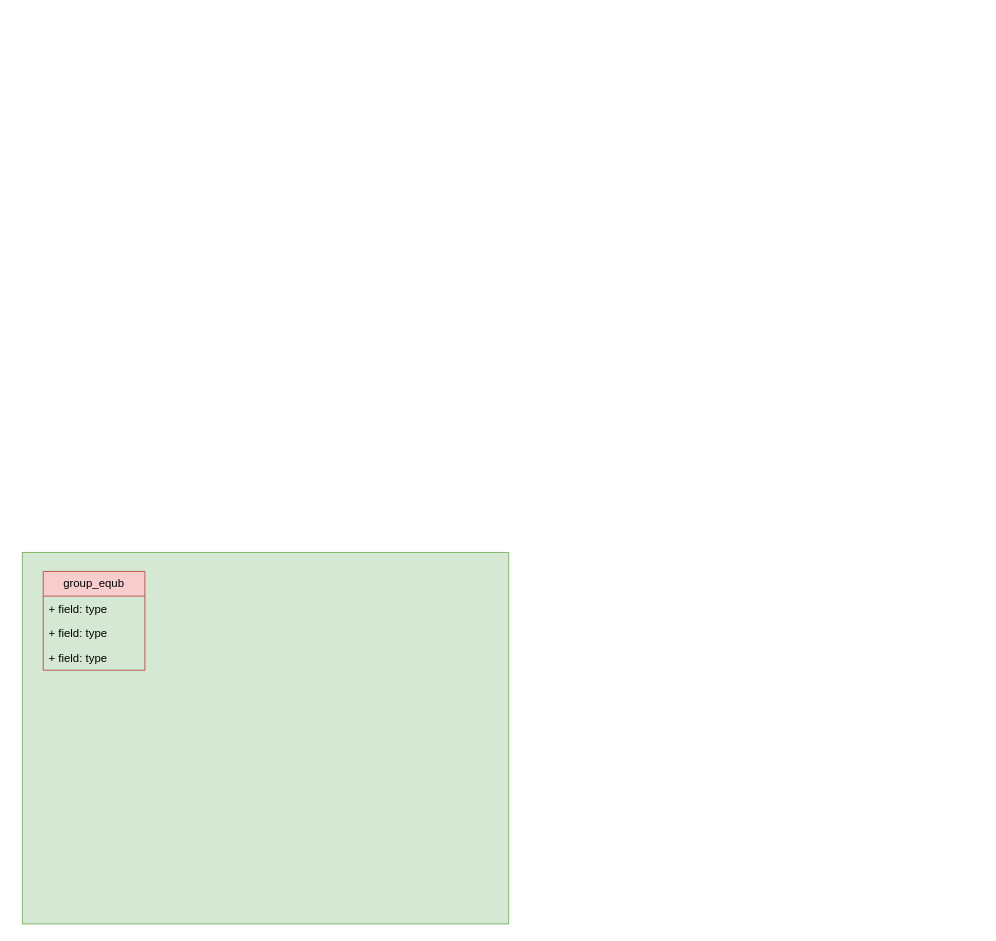
Before: Untitled Diagram.drawio in fasil712/UML_Diagram_Design, a draw.io diagram. Source tidied: cells renumbered, new cells numbered last; positions are measured from the earlier drawing's top-left corner, leaving out a move shared by most shapes. Both pictures are drawn from the tidied source at 95%, with x=0, y=0 at pixel (22, 552).
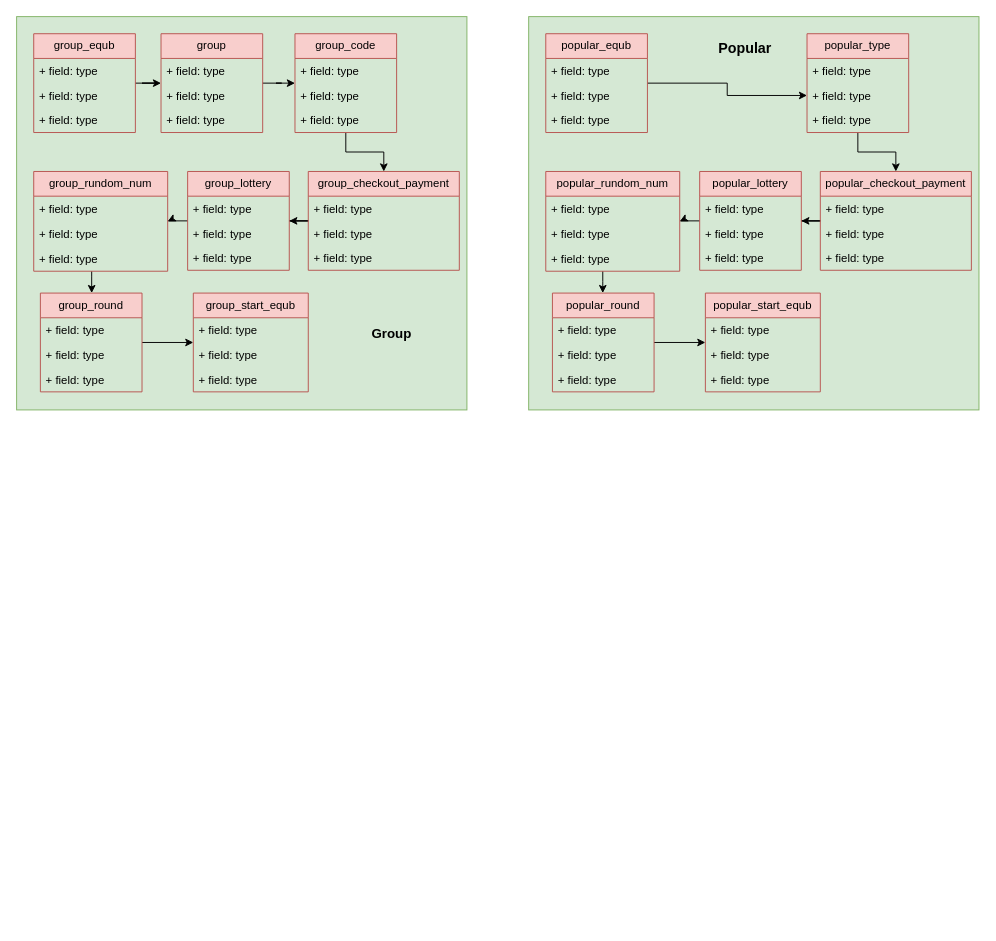
The same diagram, later.

The edit, as a diff of the source:
```diff
@@
     <mxCell id="2" style="rounded=0;whiteSpace=wrap;html=1;fillColor=#d5e8d4;strokeColor=#82b366;" parent="1" vertex="1">
-      <mxGeometry width="512" height="391" as="geometry" />
+      <mxGeometry x="-6" y="-564" width="474" height="414" as="geometry" />
     </mxCell>
+    <mxCell id="7" style="edgeStyle=orthogonalEdgeStyle;rounded=0;jettySize=auto;html=1;" parent="1" edge="1" source="3" target="9">
+      <mxGeometry relative="1" as="geometry" />
+    </mxCell>
     <mxCell id="3" value="group_equb" style="swimlane;fontStyle=0;horizontal=1;startSize=26;fillColor=#f8cecc;whiteSpace=wrap;html=1;strokeColor=#b85450;" parent="1" vertex="1">
-      <mxGeometry x="22" y="20" width="107" height="104" as="geometry" />
+      <mxGeometry x="12" y="-546" width="107" height="104" as="geometry" />
     </mxCell>
@@
+    <mxCell id="8" style="edgeStyle=orthogonalEdgeStyle;rounded=0;jettySize=auto;html=1;" parent="1" edge="1" source="9" target="14">
+      <mxGeometry relative="1" as="geometry" />
+    </mxCell>
+    <mxCell id="9" value="group" style="swimlane;fontStyle=0;horizontal=1;startSize=26;fillColor=#f8cecc;whiteSpace=wrap;html=1;strokeColor=#b85450;" parent="1" vertex="1">
+      <mxGeometry x="146" y="-546" width="107" height="104" as="geometry" />
+    </mxCell>
+    <mxCell id="10" value="+ field: type" style="text;strokeColor=none;fillColor=none;align=left;verticalAlign=top;spacingLeft=4;spacingRight=4;overflow=hidden;whiteSpace=wrap;html=1;" parent="9" vertex="1">
+      <mxGeometry y="26" width="107" height="26" as="geometry" />
+    </mxCell>
+    <mxCell id="11" value="+ field: type" style="text;strokeColor=none;fillColor=none;align=left;verticalAlign=top;spacingLeft=4;spacingRight=4;overflow=hidden;whiteSpace=wrap;html=1;" parent="9" vertex="1">
+      <mxGeometry y="52" width="107" height="26" as="geometry" />
+    </mxCell>
+    <mxCell id="12" value="+ field: type" style="text;strokeColor=none;fillColor=none;align=left;verticalAlign=top;spacingLeft=4;spacingRight=4;overflow=hidden;whiteSpace=wrap;html=1;" parent="9" vertex="1">
+      <mxGeometry y="78" width="107" height="26" as="geometry" />
+    </mxCell>
+    <mxCell id="13" style="edgeStyle=orthogonalEdgeStyle;rounded=0;jettySize=auto;html=1;" parent="1" edge="1" source="14" target="19">
+      <mxGeometry relative="1" as="geometry" />
+    </mxCell>
+    <mxCell id="14" value="group_code" style="swimlane;fontStyle=0;horizontal=1;startSize=26;fillColor=#f8cecc;whiteSpace=wrap;html=1;strokeColor=#b85450;" parent="1" vertex="1">
+      <mxGeometry x="287" y="-546" width="107" height="104" as="geometry" />
+    </mxCell>
+    <mxCell id="15" value="+ field: type" style="text;strokeColor=none;fillColor=none;align=left;verticalAlign=top;spacingLeft=4;spacingRight=4;overflow=hidden;whiteSpace=wrap;html=1;" parent="14" vertex="1">
+      <mxGeometry y="26" width="107" height="26" as="geometry" />
+    </mxCell>
+    <mxCell id="16" value="+ field: type" style="text;strokeColor=none;fillColor=none;align=left;verticalAlign=top;spacingLeft=4;spacingRight=4;overflow=hidden;whiteSpace=wrap;html=1;" parent="14" vertex="1">
+      <mxGeometry y="52" width="107" height="26" as="geometry" />
+    </mxCell>
+    <mxCell id="17" value="+ field: type" style="text;strokeColor=none;fillColor=none;align=left;verticalAlign=top;spacingLeft=4;spacingRight=4;overflow=hidden;whiteSpace=wrap;html=1;" parent="14" vertex="1">
+      <mxGeometry y="78" width="107" height="26" as="geometry" />
+    </mxCell>
+    <mxCell id="18" style="edgeStyle=orthogonalEdgeStyle;rounded=0;jettySize=auto;html=1;" parent="1" edge="1" source="19" target="24">
+      <mxGeometry relative="1" as="geometry" />
+    </mxCell>
+    <mxCell id="19" value="group_checkout_payment" style="swimlane;fontStyle=0;horizontal=1;startSize=26;fillColor=#f8cecc;whiteSpace=wrap;html=1;strokeColor=#b85450;" parent="1" vertex="1">
+      <mxGeometry x="301" y="-401" width="159" height="104" as="geometry" />
+    </mxCell>
+    <mxCell id="20" value="+ field: type" style="text;strokeColor=none;fillColor=none;align=left;verticalAlign=top;spacingLeft=4;spacingRight=4;overflow=hidden;whiteSpace=wrap;html=1;" parent="19" vertex="1">
+      <mxGeometry y="26" width="159" height="26" as="geometry" />
+    </mxCell>
+    <mxCell id="21" value="+ field: type" style="text;strokeColor=none;fillColor=none;align=left;verticalAlign=top;spacingLeft=4;spacingRight=4;overflow=hidden;whiteSpace=wrap;html=1;" parent="19" vertex="1">
+      <mxGeometry y="52" width="159" height="26" as="geometry" />
+    </mxCell>
+    <mxCell id="22" value="+ field: type" style="text;strokeColor=none;fillColor=none;align=left;verticalAlign=top;spacingLeft=4;spacingRight=4;overflow=hidden;whiteSpace=wrap;html=1;" parent="19" vertex="1">
+      <mxGeometry y="78" width="159" height="26" as="geometry" />
+    </mxCell>
+    <mxCell id="23" style="edgeStyle=orthogonalEdgeStyle;rounded=0;jettySize=auto;html=1;" parent="1" edge="1" source="24" target="29">
+      <mxGeometry relative="1" as="geometry" />
+    </mxCell>
+    <mxCell id="24" value="group_lottery" style="swimlane;fontStyle=0;horizontal=1;startSize=26;fillColor=#f8cecc;whiteSpace=wrap;html=1;strokeColor=#b85450;" parent="1" vertex="1">
+      <mxGeometry x="174" y="-401" width="107" height="104" as="geometry" />
+    </mxCell>
+    <mxCell id="25" value="+ field: type" style="text;strokeColor=none;fillColor=none;align=left;verticalAlign=top;spacingLeft=4;spacingRight=4;overflow=hidden;whiteSpace=wrap;html=1;" parent="24" vertex="1">
+      <mxGeometry y="26" width="107" height="26" as="geometry" />
+    </mxCell>
+    <mxCell id="26" value="+ field: type" style="text;strokeColor=none;fillColor=none;align=left;verticalAlign=top;spacingLeft=4;spacingRight=4;overflow=hidden;whiteSpace=wrap;html=1;" parent="24" vertex="1">
+      <mxGeometry y="52" width="107" height="26" as="geometry" />
+    </mxCell>
+    <mxCell id="27" value="+ field: type" style="text;strokeColor=none;fillColor=none;align=left;verticalAlign=top;spacingLeft=4;spacingRight=4;overflow=hidden;whiteSpace=wrap;html=1;" parent="24" vertex="1">
+      <mxGeometry y="78" width="107" height="26" as="geometry" />
+    </mxCell>
+    <mxCell id="28" style="edgeStyle=orthogonalEdgeStyle;rounded=0;jettySize=auto;html=1;" parent="1" edge="1" source="29" target="34">
+      <mxGeometry relative="1" as="geometry">
+        <Array as="points">
+          <mxPoint x="73" y="-290" />
+          <mxPoint x="73" y="-290" />
+        </Array>
+      </mxGeometry>
+    </mxCell>
+    <mxCell id="29" value="group_rundom_num" style="swimlane;fontStyle=0;horizontal=1;startSize=26;fillColor=#f8cecc;whiteSpace=wrap;html=1;strokeColor=#b85450;" parent="1" vertex="1">
+      <mxGeometry x="12" y="-401" width="141" height="105" as="geometry" />
+    </mxCell>
+    <mxCell id="30" value="+ field: type" style="text;strokeColor=none;fillColor=none;align=left;verticalAlign=top;spacingLeft=4;spacingRight=4;overflow=hidden;whiteSpace=wrap;html=1;" parent="29" vertex="1">
+      <mxGeometry y="26" width="141" height="26" as="geometry" />
+    </mxCell>
+    <mxCell id="31" value="+ field: type" style="text;strokeColor=none;fillColor=none;align=left;verticalAlign=top;spacingLeft=4;spacingRight=4;overflow=hidden;whiteSpace=wrap;html=1;" parent="29" vertex="1">
+      <mxGeometry y="52" width="141" height="27" as="geometry" />
+    </mxCell>
+    <mxCell id="32" value="+ field: type" style="text;strokeColor=none;fillColor=none;align=left;verticalAlign=top;spacingLeft=4;spacingRight=4;overflow=hidden;whiteSpace=wrap;html=1;" parent="29" vertex="1">
+      <mxGeometry y="79" width="141" height="26" as="geometry" />
+    </mxCell>
+    <mxCell id="33" style="edgeStyle=orthogonalEdgeStyle;rounded=0;jettySize=auto;html=1;" parent="1" edge="1" source="34" target="38">
+      <mxGeometry relative="1" as="geometry" />
+    </mxCell>
+    <mxCell id="34" value="group_round" style="swimlane;fontStyle=0;horizontal=1;startSize=26;fillColor=#f8cecc;whiteSpace=wrap;html=1;strokeColor=#b85450;" parent="1" vertex="1">
+      <mxGeometry x="19" y="-273" width="107" height="104" as="geometry" />
+    </mxCell>
+    <mxCell id="35" value="+ field: type" style="text;strokeColor=none;fillColor=none;align=left;verticalAlign=top;spacingLeft=4;spacingRight=4;overflow=hidden;whiteSpace=wrap;html=1;" parent="34" vertex="1">
+      <mxGeometry y="26" width="107" height="26" as="geometry" />
+    </mxCell>
+    <mxCell id="36" value="+ field: type" style="text;strokeColor=none;fillColor=none;align=left;verticalAlign=top;spacingLeft=4;spacingRight=4;overflow=hidden;whiteSpace=wrap;html=1;" parent="34" vertex="1">
+      <mxGeometry y="52" width="107" height="26" as="geometry" />
+    </mxCell>
+    <mxCell id="37" value="+ field: type" style="text;strokeColor=none;fillColor=none;align=left;verticalAlign=top;spacingLeft=4;spacingRight=4;overflow=hidden;whiteSpace=wrap;html=1;" parent="34" vertex="1">
+      <mxGeometry y="78" width="107" height="26" as="geometry" />
+    </mxCell>
+    <mxCell id="38" value="group_start_equb" style="swimlane;fontStyle=0;horizontal=1;startSize=26;fillColor=#f8cecc;whiteSpace=wrap;html=1;strokeColor=#b85450;" parent="1" vertex="1">
+      <mxGeometry x="180" y="-273" width="121" height="104" as="geometry" />
+    </mxCell>
+    <mxCell id="39" value="+ field: type" style="text;strokeColor=none;fillColor=none;align=left;verticalAlign=top;spacingLeft=4;spacingRight=4;overflow=hidden;whiteSpace=wrap;html=1;" parent="38" vertex="1">
+      <mxGeometry y="26" width="121" height="26" as="geometry" />
+    </mxCell>
+    <mxCell id="40" value="+ field: type" style="text;strokeColor=none;fillColor=none;align=left;verticalAlign=top;spacingLeft=4;spacingRight=4;overflow=hidden;whiteSpace=wrap;html=1;" parent="38" vertex="1">
+      <mxGeometry y="52" width="121" height="26" as="geometry" />
+    </mxCell>
+    <mxCell id="41" value="+ field: type" style="text;strokeColor=none;fillColor=none;align=left;verticalAlign=top;spacingLeft=4;spacingRight=4;overflow=hidden;whiteSpace=wrap;html=1;" parent="38" vertex="1">
+      <mxGeometry y="78" width="121" height="26" as="geometry" />
+    </mxCell>
+    <mxCell id="42" style="rounded=0;whiteSpace=wrap;html=1;fillColor=#d5e8d4;strokeColor=#82b366;" parent="1" vertex="1">
+      <mxGeometry x="533" y="-564" width="474" height="414" as="geometry" />
+    </mxCell>
+    <mxCell id="43" style="edgeStyle=orthogonalEdgeStyle;rounded=0;jettySize=auto;html=1;entryX=0;entryY=0.5;entryDx=0;entryDy=0;" parent="1" edge="1" source="44" target="51">
+      <mxGeometry relative="1" as="geometry" />
+    </mxCell>
+    <mxCell id="44" value="popular_equb" style="swimlane;fontStyle=0;horizontal=1;startSize=26;fillColor=#f8cecc;whiteSpace=wrap;html=1;strokeColor=#b85450;" parent="1" vertex="1">
+      <mxGeometry x="551" y="-546" width="107" height="104" as="geometry" />
+    </mxCell>
+    <mxCell id="45" value="+ field: type" style="text;strokeColor=none;fillColor=none;align=left;verticalAlign=top;spacingLeft=4;spacingRight=4;overflow=hidden;whiteSpace=wrap;html=1;" parent="44" vertex="1">
+      <mxGeometry y="26" width="107" height="26" as="geometry" />
+    </mxCell>
+    <mxCell id="46" value="+ field: type" style="text;strokeColor=none;fillColor=none;align=left;verticalAlign=top;spacingLeft=4;spacingRight=4;overflow=hidden;whiteSpace=wrap;html=1;" parent="44" vertex="1">
+      <mxGeometry y="52" width="107" height="26" as="geometry" />
+    </mxCell>
+    <mxCell id="47" value="+ field: type" style="text;strokeColor=none;fillColor=none;align=left;verticalAlign=top;spacingLeft=4;spacingRight=4;overflow=hidden;whiteSpace=wrap;html=1;" parent="44" vertex="1">
+      <mxGeometry y="78" width="107" height="26" as="geometry" />
+    </mxCell>
+    <mxCell id="48" style="edgeStyle=orthogonalEdgeStyle;rounded=0;jettySize=auto;html=1;" parent="1" edge="1" source="49" target="54">
+      <mxGeometry relative="1" as="geometry" />
+    </mxCell>
+    <mxCell id="49" value="popular_type" style="swimlane;fontStyle=0;horizontal=1;startSize=26;fillColor=#f8cecc;whiteSpace=wrap;html=1;strokeColor=#b85450;" parent="1" vertex="1">
+      <mxGeometry x="826" y="-546" width="107" height="104" as="geometry" />
+    </mxCell>
+    <mxCell id="50" value="+ field: type" style="text;strokeColor=none;fillColor=none;align=left;verticalAlign=top;spacingLeft=4;spacingRight=4;overflow=hidden;whiteSpace=wrap;html=1;" parent="49" vertex="1">
+      <mxGeometry y="26" width="107" height="26" as="geometry" />
+    </mxCell>
+    <mxCell id="51" value="+ field: type" style="text;strokeColor=none;fillColor=none;align=left;verticalAlign=top;spacingLeft=4;spacingRight=4;overflow=hidden;points=[[0,0.5],[1,0.5]];portConstraint=eastwest;whiteSpace=wrap;html=1;" parent="49" vertex="1">
+      <mxGeometry y="52" width="107" height="26" as="geometry" />
+    </mxCell>
+    <mxCell id="52" value="+ field: type" style="text;strokeColor=none;fillColor=none;align=left;verticalAlign=top;spacingLeft=4;spacingRight=4;overflow=hidden;whiteSpace=wrap;html=1;" parent="49" vertex="1">
+      <mxGeometry y="78" width="107" height="26" as="geometry" />
+    </mxCell>
+    <mxCell id="53" style="edgeStyle=orthogonalEdgeStyle;rounded=0;jettySize=auto;html=1;" parent="1" edge="1" source="54" target="59">
+      <mxGeometry relative="1" as="geometry" />
+    </mxCell>
+    <mxCell id="54" value="popular_checkout_payment" style="swimlane;fontStyle=0;horizontal=1;startSize=26;fillColor=#f8cecc;whiteSpace=wrap;html=1;strokeColor=#b85450;" parent="1" vertex="1">
+      <mxGeometry x="840" y="-401" width="159" height="104" as="geometry" />
+    </mxCell>
+    <mxCell id="55" value="+ field: type" style="text;strokeColor=none;fillColor=none;align=left;verticalAlign=top;spacingLeft=4;spacingRight=4;overflow=hidden;whiteSpace=wrap;html=1;" parent="54" vertex="1">
+      <mxGeometry y="26" width="159" height="26" as="geometry" />
+    </mxCell>
+    <mxCell id="56" value="+ field: type" style="text;strokeColor=none;fillColor=none;align=left;verticalAlign=top;spacingLeft=4;spacingRight=4;overflow=hidden;whiteSpace=wrap;html=1;" parent="54" vertex="1">
+      <mxGeometry y="52" width="159" height="26" as="geometry" />
+    </mxCell>
+    <mxCell id="57" value="+ field: type" style="text;strokeColor=none;fillColor=none;align=left;verticalAlign=top;spacingLeft=4;spacingRight=4;overflow=hidden;whiteSpace=wrap;html=1;" parent="54" vertex="1">
+      <mxGeometry y="78" width="159" height="26" as="geometry" />
+    </mxCell>
+    <mxCell id="58" style="edgeStyle=orthogonalEdgeStyle;rounded=0;jettySize=auto;html=1;" parent="1" edge="1" source="59" target="64">
+      <mxGeometry relative="1" as="geometry" />
+    </mxCell>
+    <mxCell id="59" value="popular_lottery" style="swimlane;fontStyle=0;horizontal=1;startSize=26;fillColor=#f8cecc;whiteSpace=wrap;html=1;strokeColor=#b85450;" parent="1" vertex="1">
+      <mxGeometry x="713" y="-401" width="107" height="104" as="geometry" />
+    </mxCell>
+    <mxCell id="60" value="+ field: type" style="text;strokeColor=none;fillColor=none;align=left;verticalAlign=top;spacingLeft=4;spacingRight=4;overflow=hidden;whiteSpace=wrap;html=1;" parent="59" vertex="1">
+      <mxGeometry y="26" width="107" height="26" as="geometry" />
+    </mxCell>
+    <mxCell id="61" value="+ field: type" style="text;strokeColor=none;fillColor=none;align=left;verticalAlign=top;spacingLeft=4;spacingRight=4;overflow=hidden;whiteSpace=wrap;html=1;" parent="59" vertex="1">
+      <mxGeometry y="52" width="107" height="26" as="geometry" />
+    </mxCell>
+    <mxCell id="62" value="+ field: type" style="text;strokeColor=none;fillColor=none;align=left;verticalAlign=top;spacingLeft=4;spacingRight=4;overflow=hidden;whiteSpace=wrap;html=1;" parent="59" vertex="1">
+      <mxGeometry y="78" width="107" height="26" as="geometry" />
+    </mxCell>
+    <mxCell id="63" style="edgeStyle=orthogonalEdgeStyle;rounded=0;jettySize=auto;html=1;" parent="1" edge="1" source="64" target="69">
+      <mxGeometry relative="1" as="geometry">
+        <Array as="points">
+          <mxPoint x="611" y="-285" />
+          <mxPoint x="611" y="-285" />
+        </Array>
+      </mxGeometry>
+    </mxCell>
+    <mxCell id="64" value="popular_rundom_num" style="swimlane;fontStyle=0;horizontal=1;startSize=26;fillColor=#f8cecc;whiteSpace=wrap;html=1;strokeColor=#b85450;" parent="1" vertex="1">
+      <mxGeometry x="551" y="-401" width="141" height="105" as="geometry" />
+    </mxCell>
+    <mxCell id="65" value="+ field: type" style="text;strokeColor=none;fillColor=none;align=left;verticalAlign=top;spacingLeft=4;spacingRight=4;overflow=hidden;whiteSpace=wrap;html=1;" parent="64" vertex="1">
+      <mxGeometry y="26" width="141" height="26" as="geometry" />
+    </mxCell>
+    <mxCell id="66" value="+ field: type" style="text;strokeColor=none;fillColor=none;align=left;verticalAlign=top;spacingLeft=4;spacingRight=4;overflow=hidden;whiteSpace=wrap;html=1;" parent="64" vertex="1">
+      <mxGeometry y="52" width="141" height="27" as="geometry" />
+    </mxCell>
+    <mxCell id="67" value="+ field: type" style="text;strokeColor=none;fillColor=none;align=left;verticalAlign=top;spacingLeft=4;spacingRight=4;overflow=hidden;whiteSpace=wrap;html=1;" parent="64" vertex="1">
+      <mxGeometry y="79" width="141" height="26" as="geometry" />
+    </mxCell>
+    <mxCell id="68" style="edgeStyle=orthogonalEdgeStyle;rounded=0;jettySize=auto;html=1;" parent="1" edge="1" source="69" target="73">
+      <mxGeometry relative="1" as="geometry" />
+    </mxCell>
+    <mxCell id="69" value="popular_round" style="swimlane;fontStyle=0;horizontal=1;startSize=26;fillColor=#f8cecc;whiteSpace=wrap;html=1;strokeColor=#b85450;" parent="1" vertex="1">
+      <mxGeometry x="558" y="-273" width="107" height="104" as="geometry" />
+    </mxCell>
+    <mxCell id="70" value="+ field: type" style="text;strokeColor=none;fillColor=none;align=left;verticalAlign=top;spacingLeft=4;spacingRight=4;overflow=hidden;whiteSpace=wrap;html=1;" parent="69" vertex="1">
+      <mxGeometry y="26" width="107" height="26" as="geometry" />
+    </mxCell>
+    <mxCell id="71" value="+ field: type" style="text;strokeColor=none;fillColor=none;align=left;verticalAlign=top;spacingLeft=4;spacingRight=4;overflow=hidden;whiteSpace=wrap;html=1;" parent="69" vertex="1">
+      <mxGeometry y="52" width="107" height="26" as="geometry" />
+    </mxCell>
+    <mxCell id="72" value="+ field: type" style="text;strokeColor=none;fillColor=none;align=left;verticalAlign=top;spacingLeft=4;spacingRight=4;overflow=hidden;whiteSpace=wrap;html=1;" parent="69" vertex="1">
+      <mxGeometry y="78" width="107" height="26" as="geometry" />
+    </mxCell>
+    <mxCell id="73" value="popular_start_equb" style="swimlane;fontStyle=0;horizontal=1;startSize=26;fillColor=#f8cecc;whiteSpace=wrap;html=1;strokeColor=#b85450;" parent="1" vertex="1">
+      <mxGeometry x="719" y="-273" width="121" height="104" as="geometry" />
+    </mxCell>
+    <mxCell id="74" value="+ field: type" style="text;strokeColor=none;fillColor=none;align=left;verticalAlign=top;spacingLeft=4;spacingRight=4;overflow=hidden;whiteSpace=wrap;html=1;" parent="73" vertex="1">
+      <mxGeometry y="26" width="121" height="26" as="geometry" />
+    </mxCell>
+    <mxCell id="75" value="+ field: type" style="text;strokeColor=none;fillColor=none;align=left;verticalAlign=top;spacingLeft=4;spacingRight=4;overflow=hidden;whiteSpace=wrap;html=1;" parent="73" vertex="1">
+      <mxGeometry y="52" width="121" height="26" as="geometry" />
+    </mxCell>
+    <mxCell id="76" value="+ field: type" style="text;strokeColor=none;fillColor=none;align=left;verticalAlign=top;spacingLeft=4;spacingRight=4;overflow=hidden;whiteSpace=wrap;html=1;" parent="73" vertex="1">
+      <mxGeometry y="78" width="121" height="26" as="geometry" />
+    </mxCell>
+    <mxCell id="77" value="Popular" style="text;html=1;align=center;verticalAlign=middle;whiteSpace=wrap;rounded=0;fontStyle=1;fontSize=15;" parent="1" vertex="1">
+      <mxGeometry x="731" y="-546" width="60" height="30" as="geometry" />
+    </mxCell>
+    <mxCell id="78" value="Group" style="text;html=1;align=center;verticalAlign=middle;whiteSpace=wrap;rounded=0;fontStyle=1;fontSize=14;" parent="1" vertex="1">
+      <mxGeometry x="359" y="-245" width="60" height="30" as="geometry" />
+    </mxCell>
```
